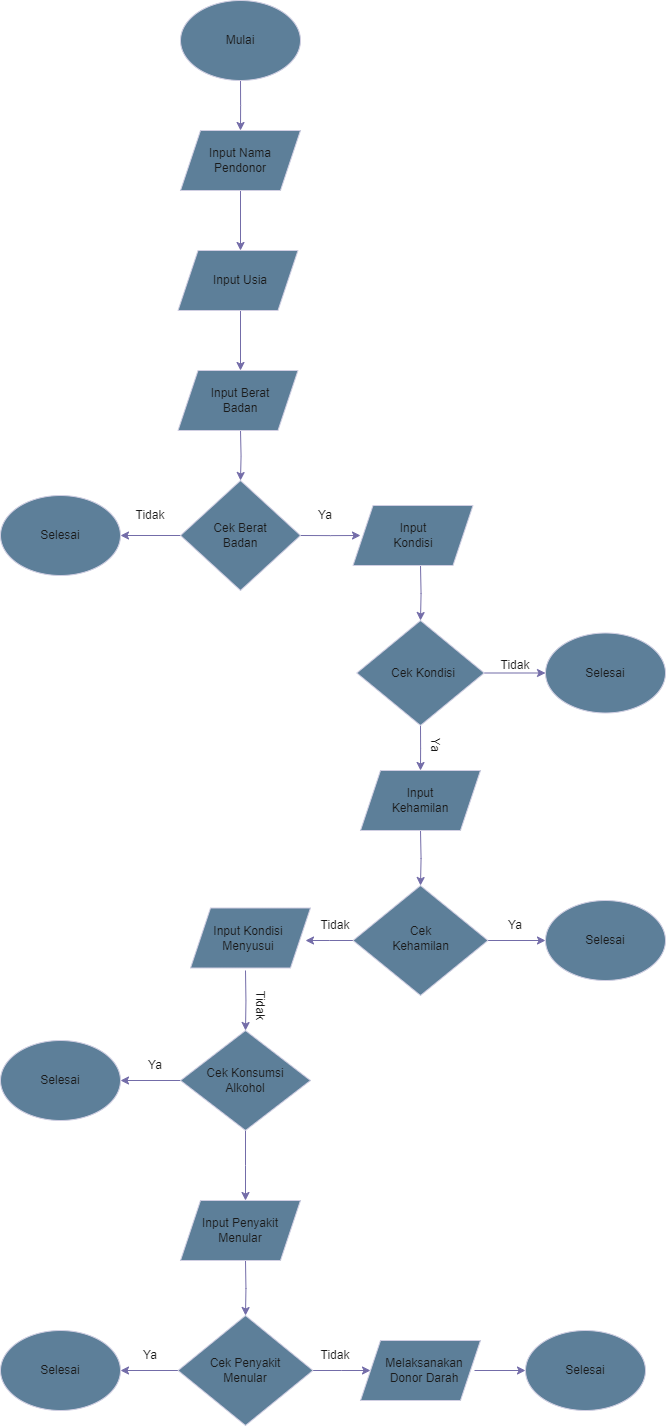
sttryanaa/sititriyana keeps this draw.io diagram as flowchart.png. Above is the earlier version. Source tidied: cells renumbered, new cells last; positions are measured from the earlier drawing's top-left corner, leaving out a move shared by most shapes.
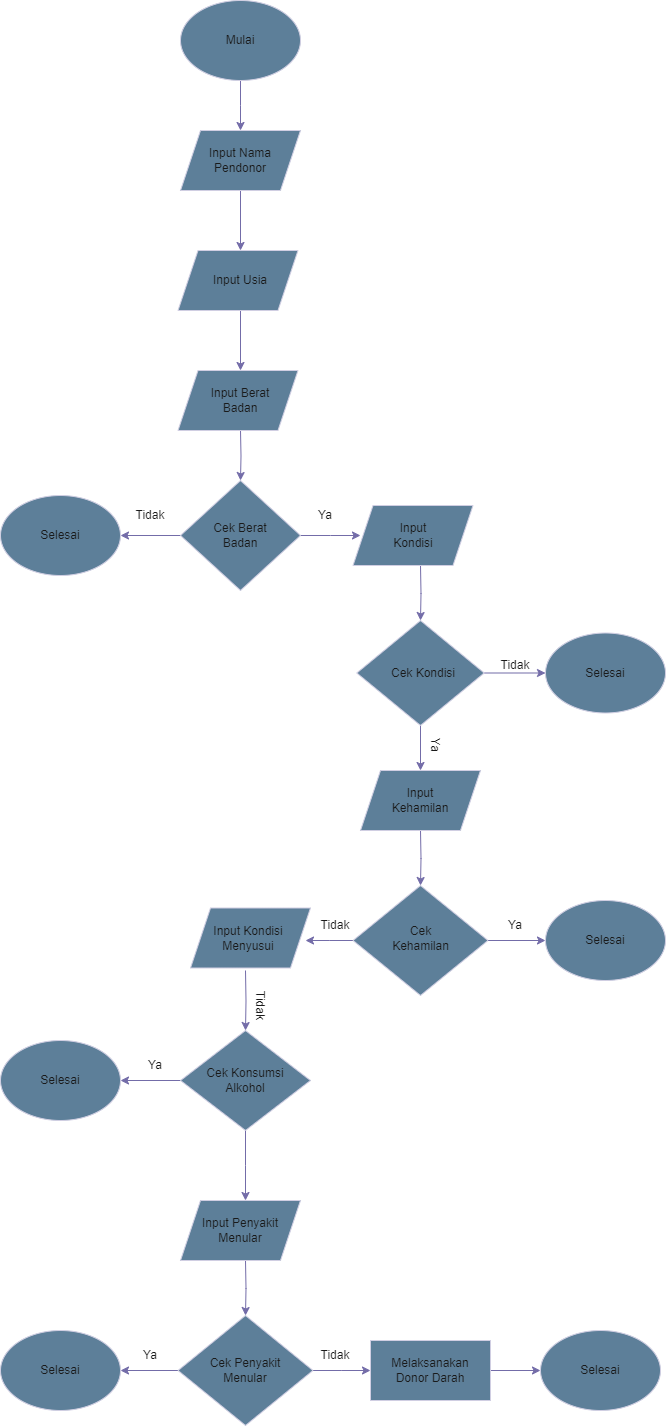
The same file after the commit.

Diff of the diagram source:
```diff
@@ -104,7 +104,7 @@
       <mxGeometry y="1330" width="120" height="80" as="geometry" />
     </mxCell>
     <mxCell id="27" style="ellipse;whiteSpace=wrap;html=1;labelBackgroundColor=none;fillColor=#5D7F99;strokeColor=#D0CEE2;fontColor=#1A1A1A;" parent="1" vertex="1">
-      <mxGeometry x="525" y="1330" width="120" height="80" as="geometry" />
+      <mxGeometry x="540" y="1330" width="120" height="80" as="geometry" />
     </mxCell>
     <mxCell id="28" value="Mulai" style="text;strokeColor=none;align=center;fillColor=none;html=1;verticalAlign=middle;whiteSpace=wrap;rounded=0;labelBackgroundColor=none;fontColor=#1A1A1A;" parent="1" vertex="1">
       <mxGeometry x="185" y="15" width="110" height="50" as="geometry" />
@@ -134,7 +134,7 @@
       <mxGeometry x="25" y="1350" width="70" height="40" as="geometry" />
     </mxCell>
     <mxCell id="37" value="Selesai" style="text;strokeColor=none;align=center;fillColor=none;html=1;verticalAlign=middle;whiteSpace=wrap;rounded=0;labelBackgroundColor=none;fontColor=#1A1A1A;" parent="1" vertex="1">
-      <mxGeometry x="550" y="1350" width="70" height="40" as="geometry" />
+      <mxGeometry x="565" y="1350" width="70" height="40" as="geometry" />
     </mxCell>
     <mxCell id="38" value="Ya" style="text;strokeColor=none;align=center;fillColor=none;html=1;verticalAlign=middle;whiteSpace=wrap;rounded=0;labelBackgroundColor=none;fontColor=#1A1A1A;" parent="1" vertex="1">
       <mxGeometry x="290" y="495" width="70" height="40" as="geometry" />
@@ -228,14 +228,14 @@
     <mxCell id="67" value="Input Penyakit Menular" style="text;strokeColor=none;align=center;fillColor=none;html=1;verticalAlign=middle;whiteSpace=wrap;rounded=0;labelBackgroundColor=none;fontColor=#1A1A1A;" parent="1" vertex="1">
       <mxGeometry x="190" y="1210" width="100" height="40" as="geometry" />
     </mxCell>
-    <mxCell id="68" style="shape=parallelogram;perimeter=parallelogramPerimeter;whiteSpace=wrap;html=1;fixedSize=1;labelBackgroundColor=none;fillColor=#5D7F99;strokeColor=#D0CEE2;fontColor=#1A1A1A;" parent="1" vertex="1">
-      <mxGeometry x="360" y="1340" width="120" height="60" as="geometry" />
-    </mxCell>
     <mxCell id="69" style="edgeStyle=orthogonalEdgeStyle;rounded=0;jettySize=auto;html=1;exitX=1;exitY=0.5;exitDx=0;exitDy=0;entryX=0;entryY=0.5;entryDx=0;entryDy=0;labelBackgroundColor=none;fontColor=default;strokeColor=#736CA8;" parent="1" edge="1" source="70" target="27">
       <mxGeometry relative="1" as="geometry" />
     </mxCell>
+    <mxCell id="71" style="rounded=0;whiteSpace=wrap;html=1;labelBackgroundColor=none;fillColor=#5D7F99;strokeColor=#D0CEE2;fontColor=#1A1A1A;" parent="1" vertex="1">
+      <mxGeometry x="370" y="1340" width="120" height="60" as="geometry" />
+    </mxCell>
     <mxCell id="70" value="Melaksanakan Donor Darah" style="text;strokeColor=none;align=center;fillColor=none;html=1;verticalAlign=middle;whiteSpace=wrap;rounded=0;labelBackgroundColor=none;fontColor=#1A1A1A;" parent="1" vertex="1">
-      <mxGeometry x="374" y="1355" width="100" height="30" as="geometry" />
+      <mxGeometry x="380" y="1355" width="100" height="30" as="geometry" />
     </mxCell>
   </root>
 </mxGraphModel>
```
